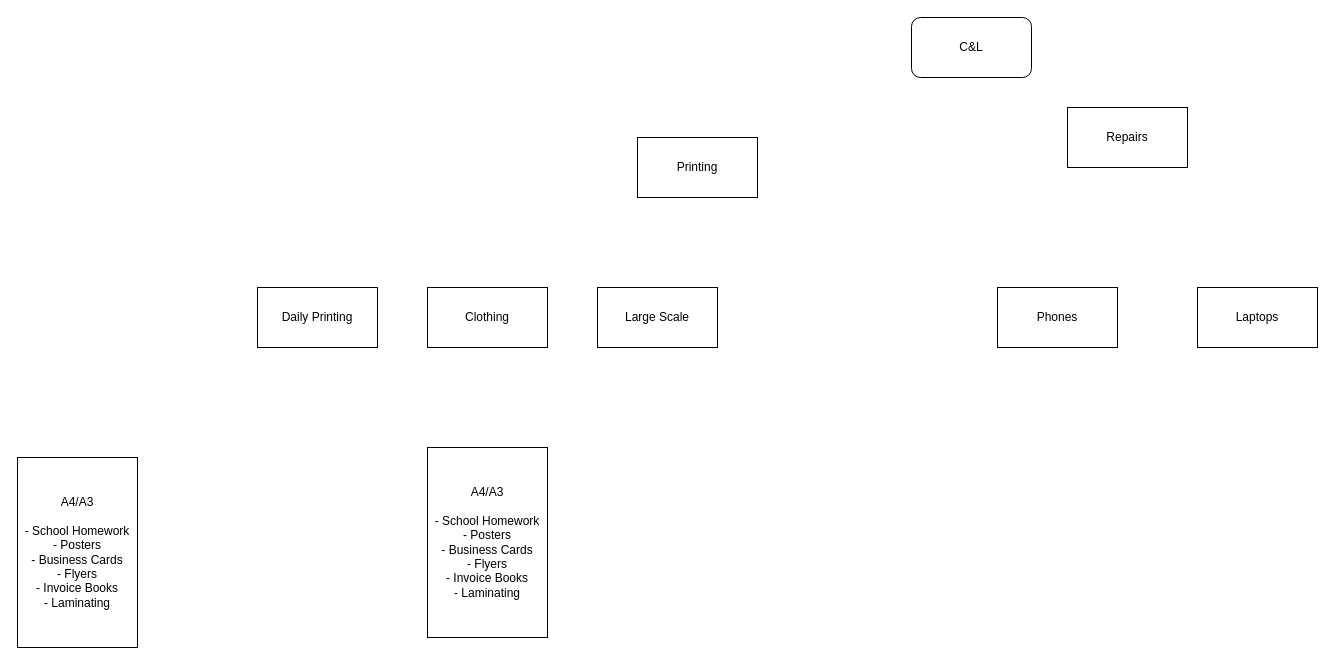
The draw.io diagram Untitled Diagram.drawio in ChesterEucrine/upload, before the edit. Source tidied: cells renumbered, new cells numbered last; positions are measured from the earlier drawing's top-left corner, leaving out a move shared by most shapes. Both pictures are drawn from the tidied source at 100%, with x=0, y=0 at pixel (17, 17).
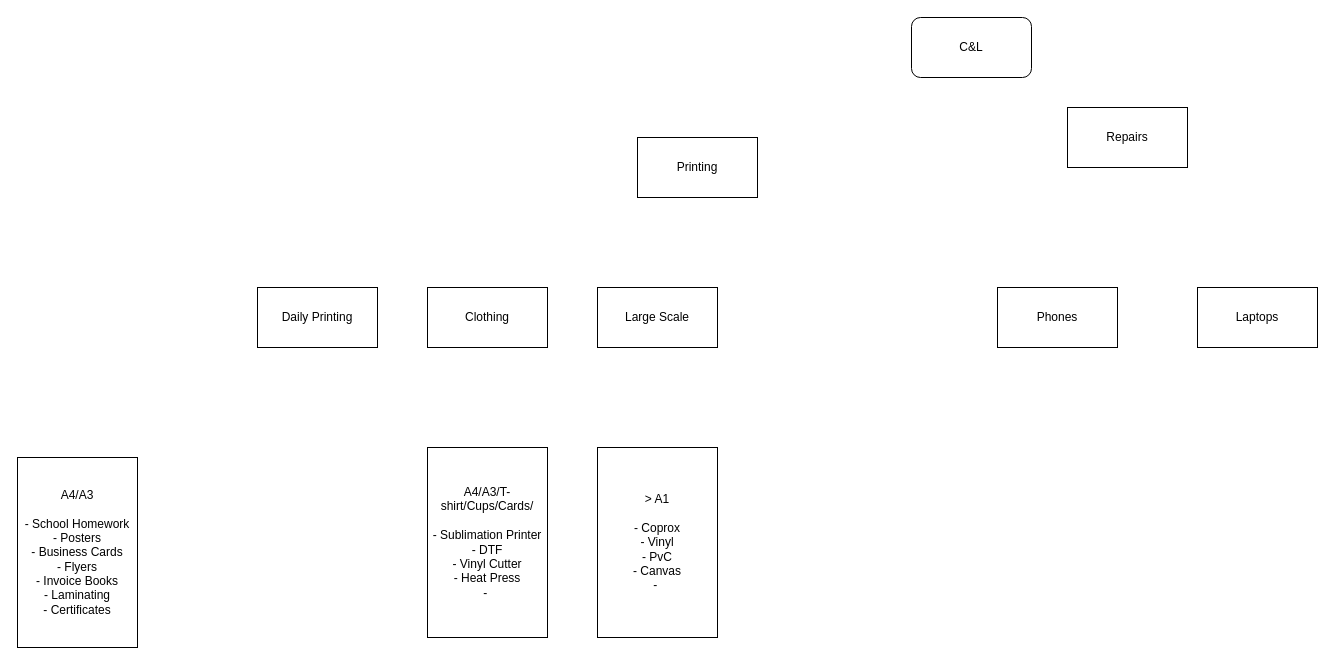
After the change.

Diff of the diagram source:
```diff
@@
 <mxGraphModel>
   <root>
     <mxCell id="0" />
     <mxCell id="1" parent="0" />
     <mxCell id="2" value="C&amp;amp;L" style="rounded=1;whiteSpace=wrap;html=1;" parent="1" vertex="1">
       <mxGeometry x="894" width="120" height="60" as="geometry" />
     </mxCell>
     <mxCell id="3" value="Printing" style="whiteSpace=wrap;html=1;" parent="1" vertex="1">
       <mxGeometry x="620" y="120" width="120" height="60" as="geometry" />
     </mxCell>
     <mxCell id="4" value="Repairs" style="whiteSpace=wrap;html=1;" parent="1" vertex="1">
       <mxGeometry x="1050" y="90" width="120" height="60" as="geometry" />
     </mxCell>
     <mxCell id="5" value="Daily Printing" style="whiteSpace=wrap;html=1;" parent="1" vertex="1">
       <mxGeometry x="240" y="270" width="120" height="60" as="geometry" />
     </mxCell>
     <mxCell id="6" value="Large Scale" style="whiteSpace=wrap;html=1;" parent="1" vertex="1">
       <mxGeometry x="580" y="270" width="120" height="60" as="geometry" />
     </mxCell>
     <mxCell id="7" value="Clothing" style="whiteSpace=wrap;html=1;" parent="1" vertex="1">
       <mxGeometry x="410" y="270" width="120" height="60" as="geometry" />
     </mxCell>
     <mxCell id="8" value="Phones" style="whiteSpace=wrap;html=1;" parent="1" vertex="1">
       <mxGeometry x="980" y="270" width="120" height="60" as="geometry" />
     </mxCell>
     <mxCell id="9" value="Laptops" style="whiteSpace=wrap;html=1;" parent="1" vertex="1">
       <mxGeometry x="1180" y="270" width="120" height="60" as="geometry" />
     </mxCell>
-    <mxCell id="10" value="A4/A3&lt;div&gt;&lt;br&gt;&lt;/div&gt;&lt;div&gt;- School Homework&lt;/div&gt;&lt;div&gt;- Posters&lt;/div&gt;&lt;div&gt;- Business Cards&lt;/div&gt;&lt;div&gt;- Flyers&lt;/div&gt;&lt;div&gt;- Invoice Books&lt;/div&gt;&lt;div&gt;- Laminating&lt;/div&gt;" style="whiteSpace=wrap;html=1;" parent="1" vertex="1">
+    <mxCell id="10" value="A4/A3&lt;div&gt;&lt;br&gt;&lt;/div&gt;&lt;div&gt;- School Homework&lt;/div&gt;&lt;div&gt;- Posters&lt;/div&gt;&lt;div&gt;- Business Cards&lt;/div&gt;&lt;div&gt;- Flyers&lt;/div&gt;&lt;div&gt;- Invoice Books&lt;/div&gt;&lt;div&gt;- Laminating&lt;/div&gt;&lt;div&gt;- Certificates&lt;/div&gt;" style="whiteSpace=wrap;html=1;" parent="1" vertex="1">
       <mxGeometry y="440" width="120" height="190" as="geometry" />
     </mxCell>
-    <mxCell id="11" value="A4/A3&lt;div&gt;&lt;br&gt;&lt;/div&gt;&lt;div&gt;- School Homework&lt;/div&gt;&lt;div&gt;- Posters&lt;/div&gt;&lt;div&gt;- Business Cards&lt;/div&gt;&lt;div&gt;- Flyers&lt;/div&gt;&lt;div&gt;- Invoice Books&lt;/div&gt;&lt;div&gt;- Laminating&lt;/div&gt;" style="whiteSpace=wrap;html=1;" parent="1" vertex="1">
+    <mxCell id="11" value="A4/A3/T-shirt/Cups/Cards/&lt;div&gt;&lt;br&gt;&lt;/div&gt;&lt;div&gt;- Sublimation Printer&lt;/div&gt;&lt;div&gt;- DTF&lt;/div&gt;&lt;div&gt;- Vinyl Cutter&lt;/div&gt;&lt;div&gt;- Heat Press&lt;/div&gt;&lt;div&gt;-&amp;nbsp;&lt;/div&gt;" style="whiteSpace=wrap;html=1;" parent="1" vertex="1">
       <mxGeometry x="410" y="430" width="120" height="190" as="geometry" />
     </mxCell>
+    <mxCell id="12" value="&amp;gt; A1&lt;div&gt;&lt;br&gt;&lt;/div&gt;&lt;div&gt;- Coprox&lt;/div&gt;&lt;div&gt;- Vinyl&lt;/div&gt;&lt;div&gt;- PvC&lt;/div&gt;&lt;div&gt;- Canvas&lt;/div&gt;&lt;div&gt;-&amp;nbsp;&lt;/div&gt;" style="whiteSpace=wrap;html=1;" parent="1" vertex="1">
+      <mxGeometry x="580" y="430" width="120" height="190" as="geometry" />
+    </mxCell>
   </root>
 </mxGraphModel>
```
